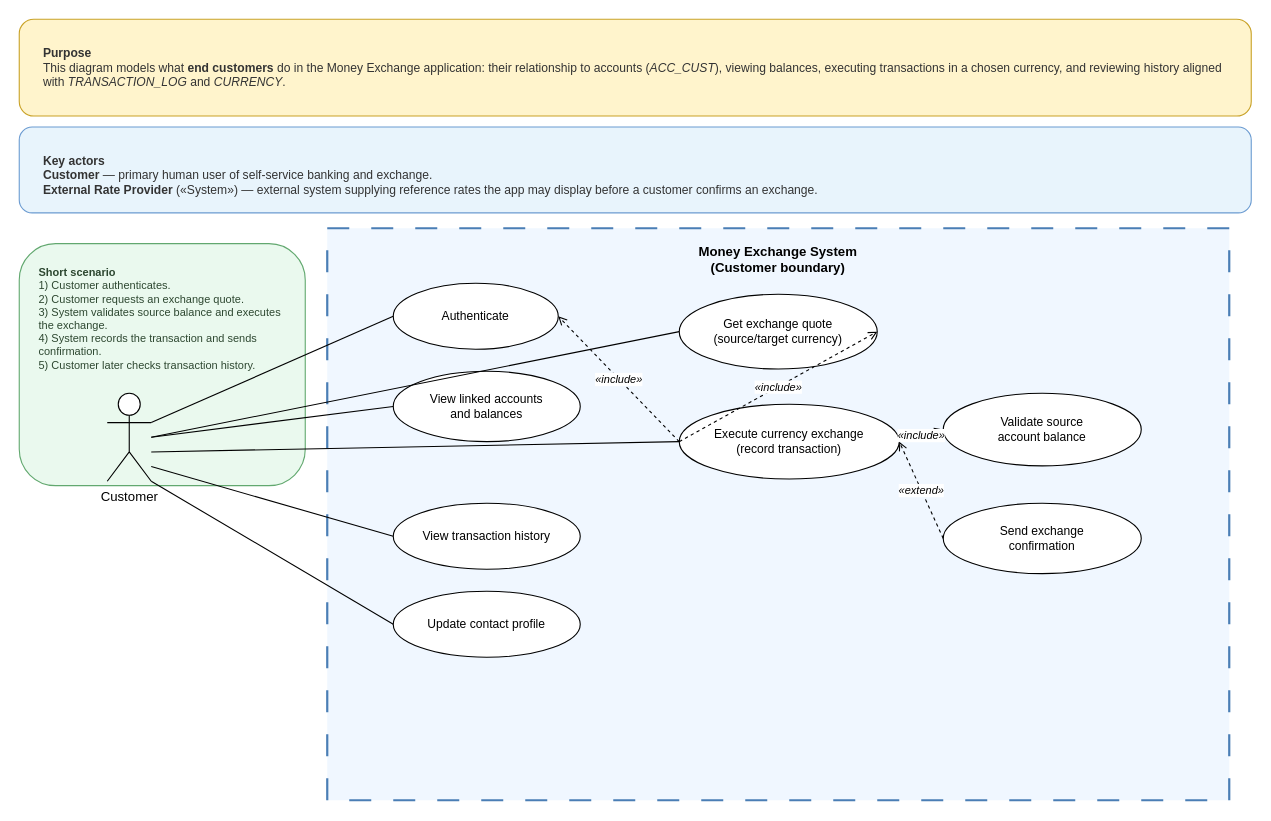
Earlier version of the draw.io diagram MSE800-PSD/Week5/Activity1/UseCaseDiagram1_CustomerMoneyServices.drawio (siam-abdulllah/MSE800). Source tidied: cells renumbered, new cells numbered last; positions are measured from the earlier drawing's top-left corner, leaving out a move shared by most shapes. Both pictures are drawn from the tidied source at 110%, with x=0, y=0 at pixel (19, 19).
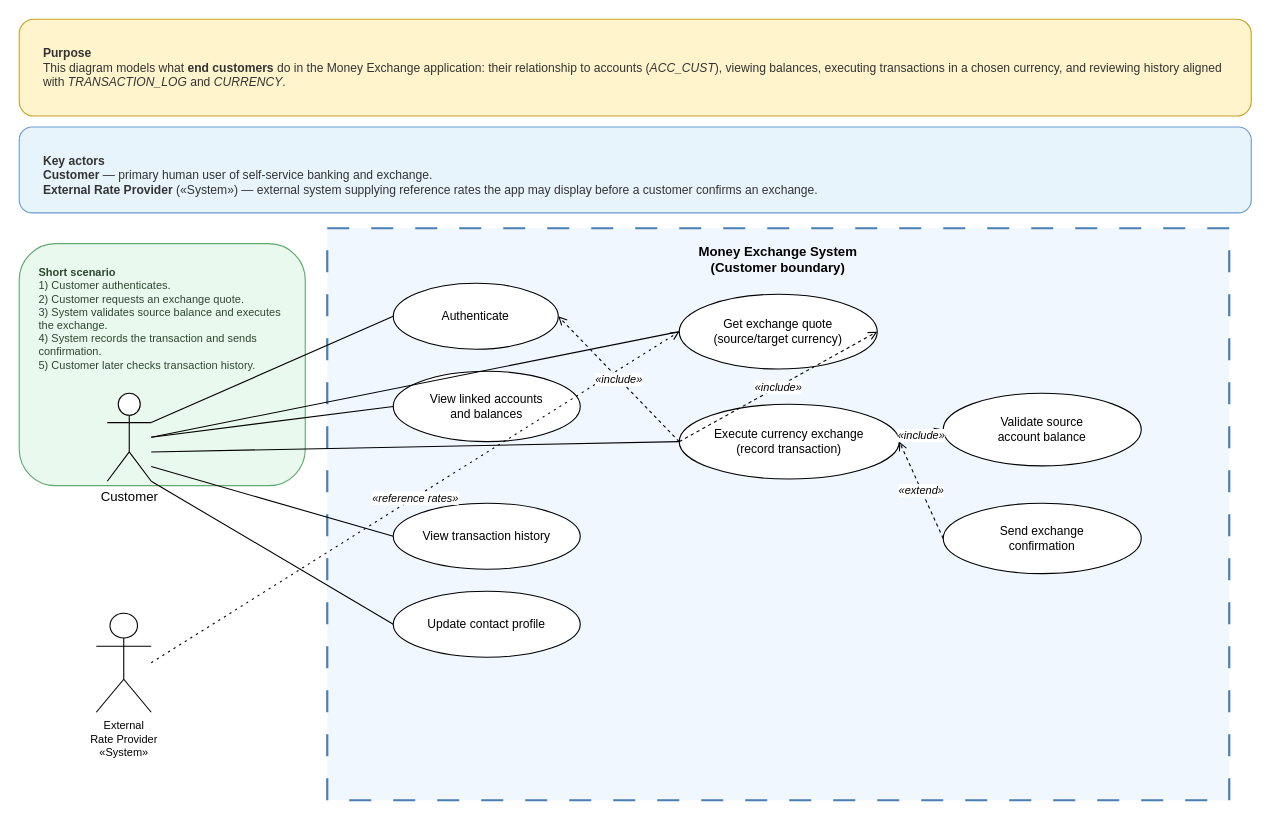
Above is the later version.

Unchanged cells that the change refers to:
```xml
<mxCell id="8" value="Get exchange quote&#10;(source/target currency)" style="ellipse;whiteSpace=wrap;html=1;align=center;fontSize=11;" parent="1" vertex="1">
  <mxGeometry x="600" y="250" width="180" height="68" as="geometry" />
</mxCell>
```

What changed in the source:
```diff
@@
+    <mxCell id="25" value="External&#10;Rate Provider&#10;«System»" style="shape=umlActor;verticalLabelPosition=bottom;verticalAlign=top;html=1;outlineConnect=0;fillColor=default;fontSize=10;" parent="1" vertex="1">
+      <mxGeometry x="70" y="540" width="50" height="90" as="geometry" />
+    </mxCell>
@@
+    <mxCell id="26" value="«reference rates»" style="endArrow=open;endFill=0;dashed=1;html=1;dashPattern=2 4;rounded=0;exitX=1;exitY=0.5;exitDx=0;exitDy=0;exitPerimeter=0;entryX=0;entryY=0.5;entryDx=0;entryDy=0;fontSize=10;fontStyle=2;" parent="1" edge="1" source="25" target="8">
+      <mxGeometry relative="1" as="geometry" />
+    </mxCell>
```
